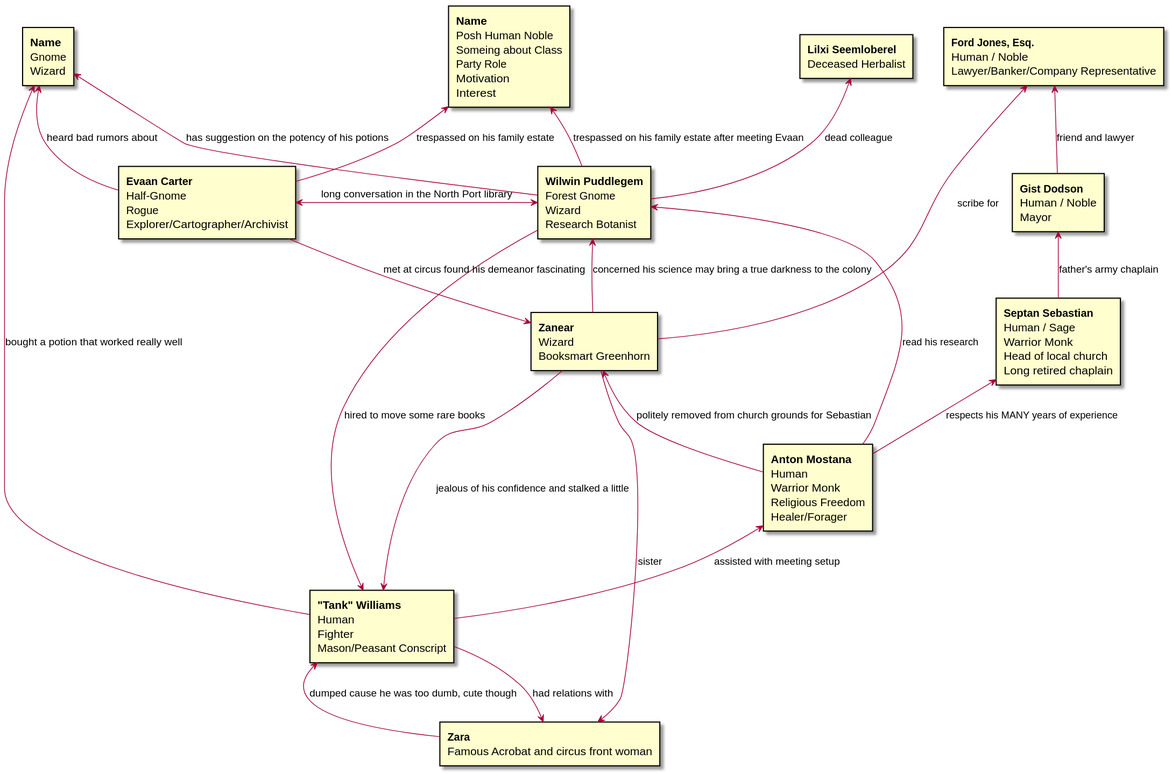
The PlantUML diagram dnd-5e-dodson-2026.svg in tedkotz/rpglog, before a commit.
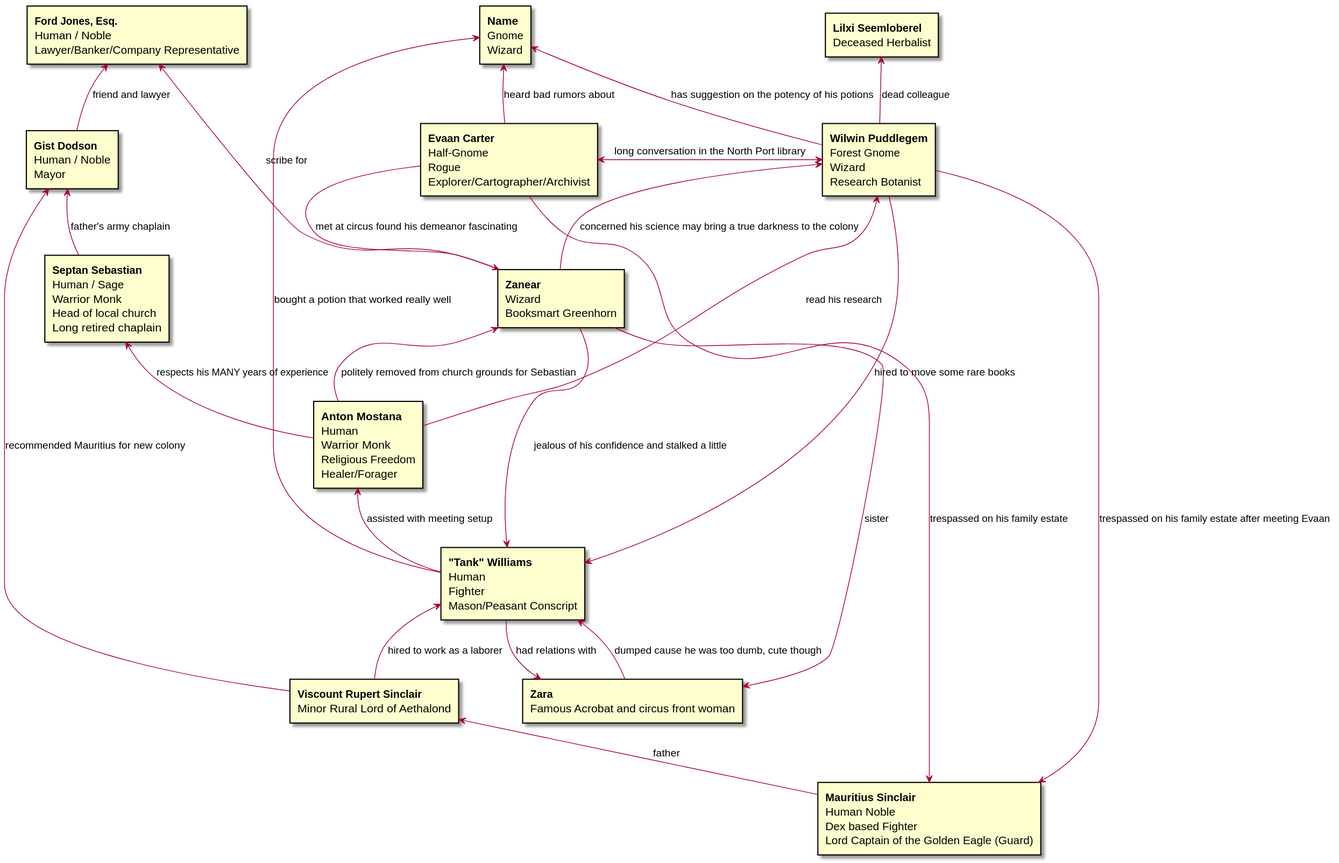
The same file after the commit.

Commit message:
Added Mauritius links

What changed in the source:
```diff
@@ -1,12 +1,16 @@
 @startuml dnd-5e-dodson-2026
 
+
 rectangle aaron [
-**Name**
-Posh Human Noble
-Someing about Class
-Party Role
-Motivation
-Interest
+**Mauritius Sinclair**
+Human Noble
+Dex based Fighter
+Lord Captain of the Golden Eagle (Guard)
+]
+
+rectangle lordfather [
+**Viscount Rupert Sinclair**
+Minor Rural Lord of Aethalond
 ]
 
 rectangle rob [
@@ -80,6 +84,7 @@
 Deceased Herbalist
 ]
 
+
 lawyer <-- rob : scribe for
 mayor <-- septan : father's army chaplain
 jim <-- sister : dumped cause he was too dumb, cute though
@@ -100,6 +105,9 @@
 phil <-- dave : read his research
 dave <-- jim : assisted with meeting setup
 rob <-- martin : met at circus found his demeanor fascinating
+lordfather <-- aaron : father
+jim <-- lordfather : hired to work as a laborer
+mayor <-- lordfather : recommended Mauritius for new colony
 
 lawyer <-- mayor : friend and lawyer
 @enduml
```
